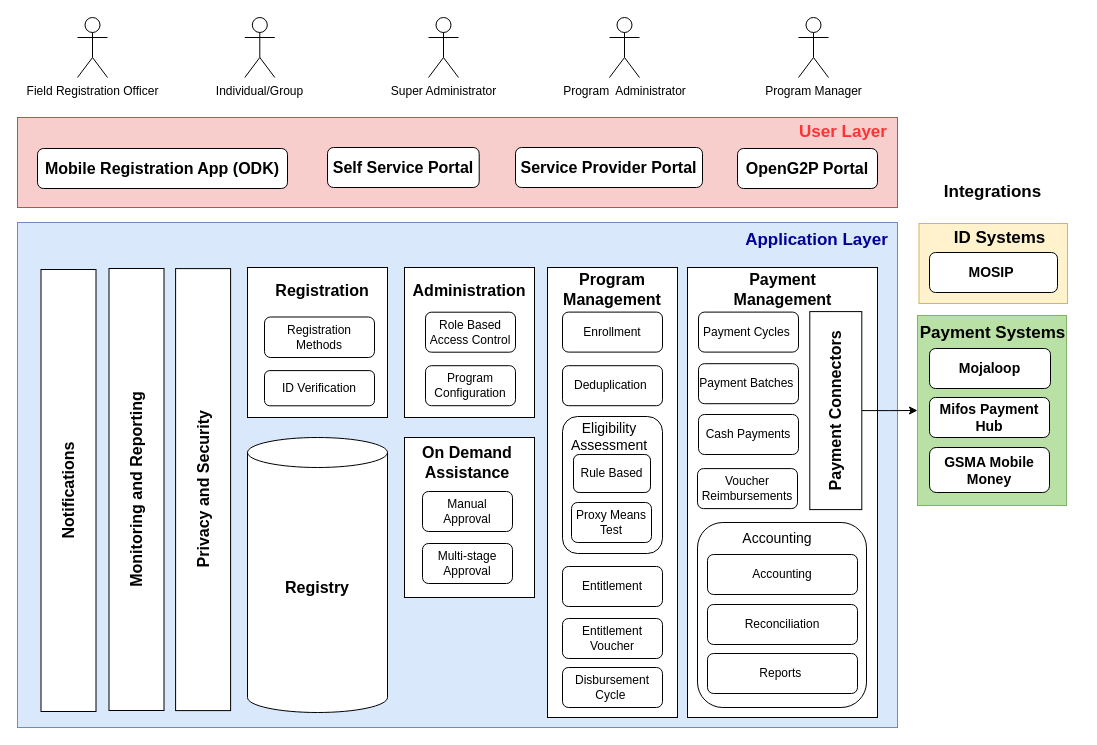
This is .gitbook/assets/functional-architecture.drawio from OpenG2P/openg2p-documentation, a draw.io file, before an edit. Source tidied: cells renumbered, new cells numbered last; positions are measured from the earlier drawing's top-left corner, leaving out a move shared by most shapes. Both pictures are drawn from the tidied source at 100%, with x=0, y=0 at pixel (-153, 17).
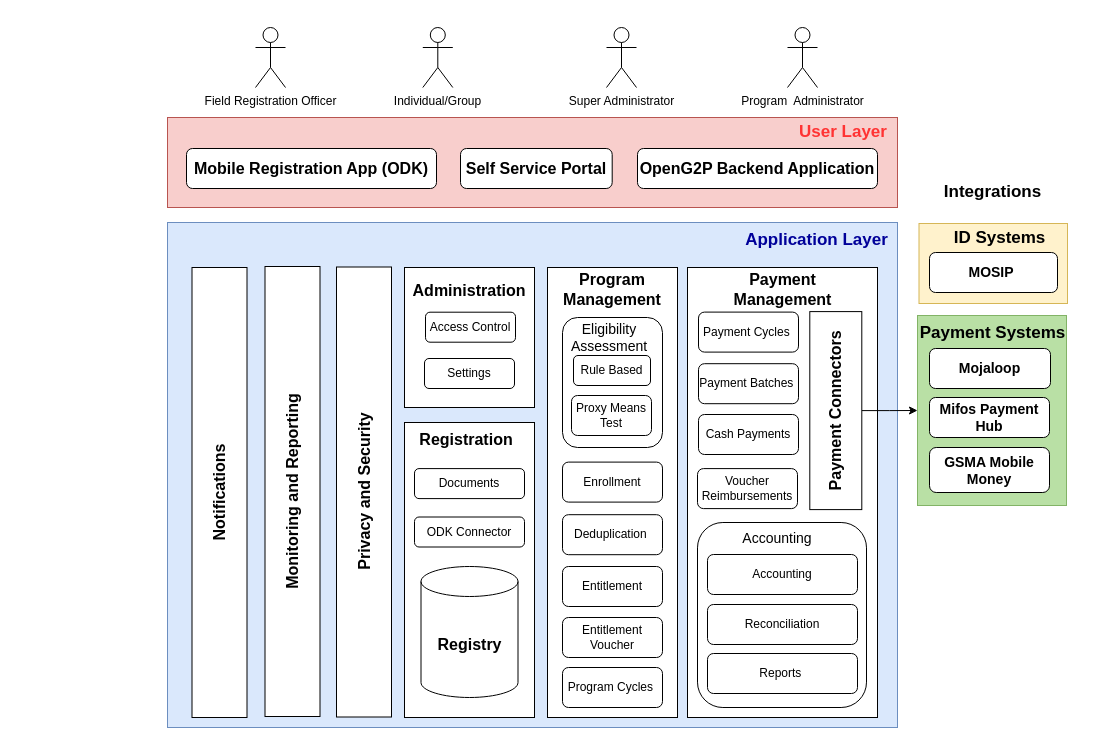
After the change.

Diff of the diagram source:
```diff
@@
     <mxCell id="2" style="rounded=0;whiteSpace=wrap;html=1;fillColor=#dae8fc;strokeColor=#6c8ebf;" parent="1" vertex="1">
-      <mxGeometry x="170" y="205" width="880" height="505" as="geometry" />
+      <mxGeometry x="320" y="205" width="730" height="505" as="geometry" />
     </mxCell>
@@
     <mxCell id="7" style="rounded=0;whiteSpace=wrap;html=1;fillColor=#f8cecc;strokeColor=#b85450;" parent="1" vertex="1">
-      <mxGeometry x="170" y="100" width="880" height="90" as="geometry" />
+      <mxGeometry x="320" y="100" width="730" height="90" as="geometry" />
     </mxCell>
     <mxCell id="8" style="rounded=0;whiteSpace=wrap;html=1;" parent="1" vertex="1">
-      <mxGeometry x="557" y="250" width="130" height="150" as="geometry" />
+      <mxGeometry x="557" y="250" width="130" height="140" as="geometry" />
     </mxCell>
     <mxCell id="9" style="rounded=0;whiteSpace=wrap;html=1;" parent="1" vertex="1">
-      <mxGeometry x="400" y="250" width="140" height="150" as="geometry" />
+      <mxGeometry x="557" y="405" width="130" height="295" as="geometry" />
     </mxCell>
@@
     <mxCell id="11" value="&lt;font style=&quot;font-size: 16px;&quot;&gt;&lt;b&gt;Mobile Registration App (ODK)&lt;/b&gt;&lt;/font&gt;" style="rounded=1;whiteSpace=wrap;html=1;" parent="1" vertex="1">
-      <mxGeometry x="190" y="131" width="250" height="40" as="geometry" />
+      <mxGeometry x="339" y="131" width="250" height="40" as="geometry" />
     </mxCell>
     <mxCell id="12" value="Super Administrator" style="shape=umlActor;verticalLabelPosition=bottom;verticalAlign=top;html=1;" parent="1" vertex="1">
-      <mxGeometry x="581" width="30" height="60" as="geometry" />
+      <mxGeometry x="759" y="10" width="30" height="60" as="geometry" />
     </mxCell>
     <mxCell id="13" value="Program&amp;nbsp; Administrator" style="shape=umlActor;verticalLabelPosition=bottom;verticalAlign=top;html=1;" parent="1" vertex="1">
-      <mxGeometry x="762" width="30" height="60" as="geometry" />
+      <mxGeometry x="940" y="10" width="30" height="60" as="geometry" />
     </mxCell>
     <mxCell id="14" value="Field Registration Officer&lt;br&gt;" style="shape=umlActor;verticalLabelPosition=bottom;verticalAlign=top;html=1;" parent="1" vertex="1">
-      <mxGeometry x="230" width="30" height="60" as="geometry" />
+      <mxGeometry x="408" y="10" width="30" height="60" as="geometry" />
     </mxCell>
     <mxCell id="15" value="Individual/Group&lt;br&gt;" style="shape=umlActor;verticalLabelPosition=bottom;verticalAlign=top;html=1;" parent="1" vertex="1">
-      <mxGeometry x="397.3" width="30" height="60" as="geometry" />
+      <mxGeometry x="575.3" y="10" width="30" height="60" as="geometry" />
     </mxCell>
     <mxCell id="16" value="&lt;font style=&quot;font-size: 16px;&quot;&gt;&lt;b&gt;Registry&lt;/b&gt;&lt;/font&gt;" style="shape=cylinder3;whiteSpace=wrap;html=1;boundedLbl=1;backgroundOutline=1;size=15;" parent="1" vertex="1">
-      <mxGeometry x="400" y="420" width="140" height="275" as="geometry" />
+      <mxGeometry x="573.5" y="549" width="97" height="131" as="geometry" />
     </mxCell>
-    <mxCell id="17" value="Program Manager" style="shape=umlActor;verticalLabelPosition=bottom;verticalAlign=top;html=1;" parent="1" vertex="1">
-      <mxGeometry x="951" width="30" height="60" as="geometry" />
-    </mxCell>
     <mxCell id="18" value="Privacy and Security&lt;br style=&quot;font-size: 16px;&quot;&gt;" style="rounded=0;whiteSpace=wrap;html=1;rotation=-90;fontSize=16;fontStyle=1;" parent="1" vertex="1">
-      <mxGeometry x="134.6" y="444.6" width="442" height="55" as="geometry" />
+      <mxGeometry x="291.5" y="447" width="450" height="55" as="geometry" />
     </mxCell>
     <mxCell id="19" value="Monitoring and Reporting" style="rounded=0;whiteSpace=wrap;html=1;rotation=-90;fontSize=16;fontStyle=1;" parent="1" vertex="1">
-      <mxGeometry x="68" y="444.5" width="442" height="55" as="geometry" />
+      <mxGeometry x="220" y="446.5" width="450" height="55" as="geometry" />
     </mxCell>
     <mxCell id="20" value="&lt;font style=&quot;font-size: 16px;&quot;&gt;&lt;b&gt;Self Service Portal&lt;/b&gt;&lt;/font&gt;" style="rounded=1;whiteSpace=wrap;html=1;" parent="1" vertex="1">
-      <mxGeometry x="480" y="130" width="151.7" height="40" as="geometry" />
+      <mxGeometry x="613" y="131" width="151.7" height="40" as="geometry" />
     </mxCell>
-    <mxCell id="21" value="&lt;font style=&quot;font-size: 16px;&quot;&gt;&lt;b&gt;OpenG2P Portal&lt;/b&gt;&lt;/font&gt;" style="rounded=1;whiteSpace=wrap;html=1;" parent="1" vertex="1">
-      <mxGeometry x="890" y="131" width="140" height="40" as="geometry" />
+    <mxCell id="21" value="&lt;font style=&quot;font-size: 16px;&quot;&gt;&lt;b&gt;OpenG2P Backend Application&lt;/b&gt;&lt;/font&gt;" style="rounded=1;whiteSpace=wrap;html=1;" parent="1" vertex="1">
+      <mxGeometry x="790" y="131" width="240" height="40" as="geometry" />
     </mxCell>
     <mxCell id="22" value="Deduplication&amp;nbsp;" style="rounded=1;whiteSpace=wrap;html=1;" parent="1" vertex="1">
-      <mxGeometry x="715" y="348.2" width="100" height="40" as="geometry" />
+      <mxGeometry x="715" y="497.2" width="100" height="40" as="geometry" />
     </mxCell>
-    <mxCell id="23" value="Disbursement Cycle&amp;nbsp;" style="rounded=1;whiteSpace=wrap;html=1;" parent="1" vertex="1">
+    <mxCell id="23" value="Program Cycles&amp;nbsp;" style="rounded=1;whiteSpace=wrap;html=1;" parent="1" vertex="1">
       <mxGeometry x="715" y="650" width="100" height="40" as="geometry" />
     </mxCell>
@@
     <mxCell id="25" value="Entitlement Voucher" style="rounded=1;whiteSpace=wrap;html=1;" parent="1" vertex="1">
-      <mxGeometry x="715" y="601" width="100" height="40" as="geometry" />
+      <mxGeometry x="715" y="600" width="100" height="40" as="geometry" />
     </mxCell>
-    <mxCell id="26" value="Role Based Access Control" style="rounded=1;whiteSpace=wrap;html=1;" parent="1" vertex="1">
-      <mxGeometry x="578" y="294.7" width="90" height="40" as="geometry" />
+    <mxCell id="26" value="Access Control" style="rounded=1;whiteSpace=wrap;html=1;" parent="1" vertex="1">
+      <mxGeometry x="578" y="294.7" width="90" height="30" as="geometry" />
     </mxCell>
@@
-    <mxCell id="33" value="Program Configuration" style="rounded=1;whiteSpace=wrap;html=1;" parent="1" vertex="1">
-      <mxGeometry x="578" y="348.2" width="90" height="40" as="geometry" />
+    <mxCell id="33" value="Settings" style="rounded=1;whiteSpace=wrap;html=1;" parent="1" vertex="1">
+      <mxGeometry x="577" y="341" width="90" height="30" as="geometry" />
     </mxCell>
     <mxCell id="34" style="rounded=1;whiteSpace=wrap;html=1;align=center;labelPosition=center;verticalLabelPosition=top;verticalAlign=bottom;" parent="1" vertex="1">
-      <mxGeometry x="715" y="399" width="100" height="137" as="geometry" />
+      <mxGeometry x="715" y="300" width="100" height="130" as="geometry" />
     </mxCell>
-    <mxCell id="35" value="ID Verification" style="rounded=1;whiteSpace=wrap;html=1;" parent="1" vertex="1">
-      <mxGeometry x="417" y="353.1" width="110" height="35.2" as="geometry" />
+    <mxCell id="35" value="ODK Connector" style="rounded=1;whiteSpace=wrap;html=1;" parent="1" vertex="1">
+      <mxGeometry x="567" y="499.5" width="110" height="30" as="geometry" />
     </mxCell>
@@
     <mxCell id="40" value="Registration" style="text;html=1;strokeColor=none;fillColor=none;align=center;verticalAlign=middle;whiteSpace=wrap;rounded=0;fontStyle=1;fontSize=16;" parent="1" vertex="1">
-      <mxGeometry x="445.1" y="258" width="60" height="30" as="geometry" />
+      <mxGeometry x="589" y="407" width="60" height="30" as="geometry" />
     </mxCell>
@@
     <mxCell id="42" value="Enrollment" style="rounded=1;whiteSpace=wrap;html=1;" parent="1" vertex="1">
-      <mxGeometry x="715" y="294.6" width="100" height="40" as="geometry" />
+      <mxGeometry x="715" y="444.6" width="100" height="40" as="geometry" />
     </mxCell>
@@
-    <mxCell id="49" style="rounded=0;whiteSpace=wrap;html=1;" parent="1" vertex="1">
-      <mxGeometry x="557" y="420" width="130" height="160" as="geometry" />
-    </mxCell>
-    <mxCell id="50" value="On Demand Assistance" style="text;html=1;strokeColor=none;fillColor=none;align=center;verticalAlign=middle;whiteSpace=wrap;rounded=0;fontSize=16;fontStyle=1;" parent="1" vertex="1">
-      <mxGeometry x="570" y="430" width="100" height="30" as="geometry" />
-    </mxCell>
-    <mxCell id="51" value="Manual Approval" style="rounded=1;whiteSpace=wrap;html=1;" parent="1" vertex="1">
-      <mxGeometry x="575" y="474" width="90" height="40" as="geometry" />
-    </mxCell>
-    <mxCell id="52" value="Multi-stage Approval" style="rounded=1;whiteSpace=wrap;html=1;" parent="1" vertex="1">
-      <mxGeometry x="575" y="526" width="90" height="40" as="geometry" />
-    </mxCell>
     <mxCell id="53" value="Proxy Means Test" style="rounded=1;whiteSpace=wrap;html=1;" parent="1" vertex="1">
-      <mxGeometry x="724" y="485" width="80" height="40" as="geometry" />
+      <mxGeometry x="724" y="378" width="80" height="40" as="geometry" />
     </mxCell>
@@
-    <mxCell id="56" value="&lt;span style=&quot;font-size: 16px;&quot;&gt;&lt;b&gt;Service Provider Portal&lt;/b&gt;&lt;/span&gt;" style="rounded=1;whiteSpace=wrap;html=1;" parent="1" vertex="1">
-      <mxGeometry x="668" y="130" width="187" height="40" as="geometry" />
-    </mxCell>
     <mxCell id="57" value="Rule Based" style="rounded=1;whiteSpace=wrap;html=1;" parent="1" vertex="1">
-      <mxGeometry x="726" y="437" width="77" height="38" as="geometry" />
+      <mxGeometry x="726" y="338" width="77" height="30" as="geometry" />
     </mxCell>
     <mxCell id="58" value="&lt;font style=&quot;font-size: 14px;&quot;&gt;Eligibility Assessment&lt;/font&gt;" style="text;html=1;strokeColor=none;fillColor=none;align=center;verticalAlign=middle;whiteSpace=wrap;rounded=0;" parent="1" vertex="1">
-      <mxGeometry x="732" y="404" width="60" height="30" as="geometry" />
+      <mxGeometry x="732" y="305" width="60" height="30" as="geometry" />
     </mxCell>
@@
-    <mxCell id="61" value="Registration Methods" style="rounded=1;whiteSpace=wrap;html=1;" parent="1" vertex="1">
-      <mxGeometry x="417" y="299.5" width="110" height="40.5" as="geometry" />
+    <mxCell id="61" value="Documents" style="rounded=1;whiteSpace=wrap;html=1;" parent="1" vertex="1">
+      <mxGeometry x="567" y="451.1" width="110" height="30" as="geometry" />
     </mxCell>
@@
     <mxCell id="63" value="Notifications" style="rounded=0;whiteSpace=wrap;html=1;rotation=-90;fontSize=16;fontStyle=1;" parent="1" vertex="1">
-      <mxGeometry y="445.5" width="442" height="55" as="geometry" />
+      <mxGeometry x="147" y="447.5" width="450" height="55" as="geometry" />
     </mxCell>
```
